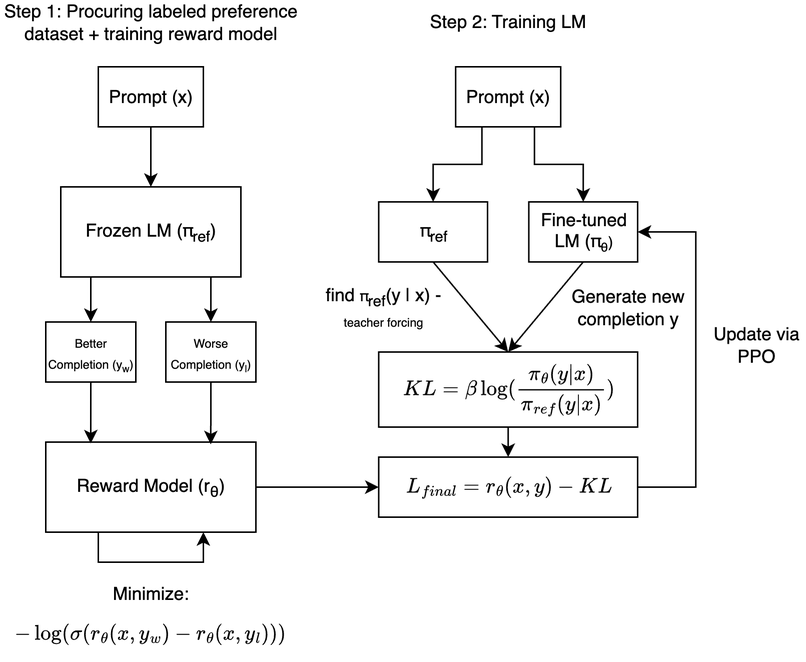
25benjaminli/ml-explanations keeps this draw.io diagram as media/rlhf_light.png. Above is the earlier version. Source tidied: cells renumbered, new cells last; positions are measured from the earlier drawing's top-left corner, leaving out a move shared by most shapes.
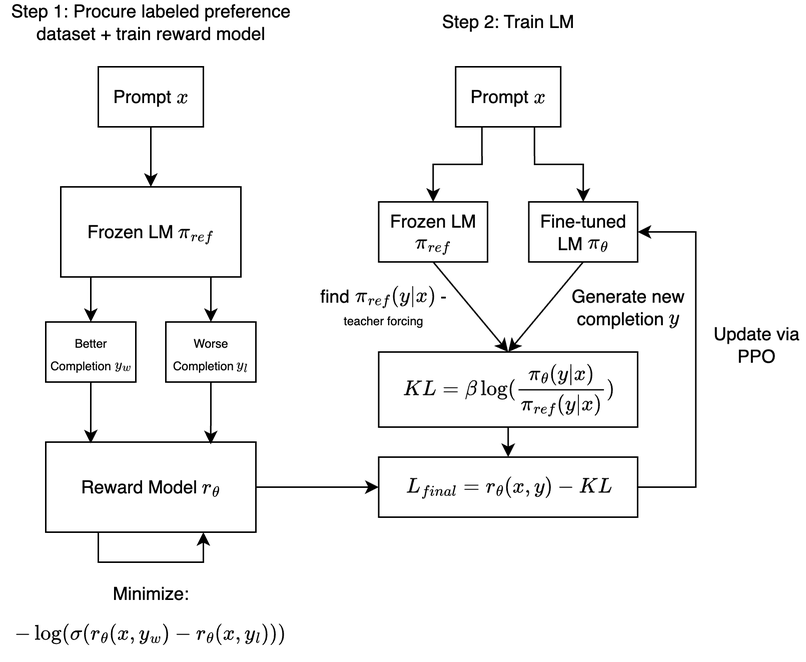
The same diagram one commit later.

Diff of the diagram source:
```diff
@@ -8,25 +8,25 @@
     <mxCell id="3" style="edgeStyle=orthogonalEdgeStyle;rounded=0;jettySize=auto;html=1;exitX=0.75;exitY=1;exitDx=0;exitDy=0;entryX=0.5;entryY=0;entryDx=0;entryDy=0;" parent="1" edge="1" source="4" target="8">
       <mxGeometry relative="1" as="geometry" />
     </mxCell>
-    <mxCell id="4" value="Frozen LM (π&lt;sub&gt;ref&lt;/sub&gt;)" style="rounded=0;whiteSpace=wrap;html=1;" parent="1" vertex="1">
+    <mxCell id="4" value="Frozen LM \(\pi_{ref}\)" style="rounded=0;whiteSpace=wrap;html=1;" parent="1" vertex="1">
       <mxGeometry x="40" y="120" width="120" height="60" as="geometry" />
     </mxCell>
     <mxCell id="5" style="edgeStyle=orthogonalEdgeStyle;rounded=0;jettySize=auto;html=1;exitX=0.5;exitY=1;exitDx=0;exitDy=0;" parent="1" edge="1" source="6" target="4">
       <mxGeometry relative="1" as="geometry" />
     </mxCell>
-    <mxCell id="6" value="Prompt (x)" style="rounded=0;whiteSpace=wrap;html=1;" parent="1" vertex="1">
+    <mxCell id="6" value="Prompt \(x\)" style="rounded=0;whiteSpace=wrap;html=1;" parent="1" vertex="1">
       <mxGeometry x="65" y="40" width="70" height="40" as="geometry" />
     </mxCell>
-    <mxCell id="7" value="&lt;font style=&quot;font-size: 8px;&quot;&gt;Better Completion (y&lt;sub&gt;w&lt;/sub&gt;)&lt;/font&gt;" style="rounded=0;whiteSpace=wrap;html=1;" parent="1" vertex="1">
+    <mxCell id="7" value="&lt;span style=&quot;font-size: 8px;&quot;&gt;Better Completion \(y_w\)&lt;/span&gt;" style="rounded=0;whiteSpace=wrap;html=1;" parent="1" vertex="1">
       <mxGeometry x="30" y="210" width="60" height="40" as="geometry" />
     </mxCell>
-    <mxCell id="8" value="&lt;font style=&quot;font-size: 8px;&quot;&gt;Worse Completion (y&lt;sub&gt;l&lt;/sub&gt;)&lt;/font&gt;" style="rounded=0;whiteSpace=wrap;html=1;" parent="1" vertex="1">
+    <mxCell id="8" value="&lt;span style=&quot;font-size: 8px;&quot;&gt;Worse Completion \(y_l\)&lt;/span&gt;" style="rounded=0;whiteSpace=wrap;html=1;" parent="1" vertex="1">
       <mxGeometry x="110" y="210" width="60" height="40" as="geometry" />
     </mxCell>
     <mxCell id="9" style="edgeStyle=orthogonalEdgeStyle;rounded=0;jettySize=auto;html=1;exitX=1;exitY=0.5;exitDx=0;exitDy=0;entryX=0;entryY=0.5;entryDx=0;entryDy=0;" parent="1" edge="1" source="10" target="25">
       <mxGeometry relative="1" as="geometry" />
     </mxCell>
-    <mxCell id="10" value="&lt;font&gt;Reward Model (&lt;/font&gt;&lt;span style=&quot;color: light-dark(rgb(0, 0, 0), rgb(255, 255, 255)); background-color: transparent;&quot;&gt;r&lt;/span&gt;&lt;span style=&quot;color: light-dark(rgb(0, 0, 0), rgb(255, 255, 255)); background-color: transparent;&quot;&gt;&lt;sub&gt;θ&lt;/sub&gt;)&lt;/span&gt;" style="rounded=0;whiteSpace=wrap;html=1;" parent="1" vertex="1">
+    <mxCell id="10" value="&lt;font&gt;Reward Model \(r_{\theta}\)&lt;/font&gt;" style="rounded=0;whiteSpace=wrap;html=1;" parent="1" vertex="1">
       <mxGeometry x="30" y="290" width="140" height="60" as="geometry" />
     </mxCell>
     <mxCell id="11" style="edgeStyle=orthogonalEdgeStyle;rounded=0;jettySize=auto;html=1;exitX=0.5;exitY=1;exitDx=0;exitDy=0;entryX=0.214;entryY=0.015;entryDx=0;entryDy=0;entryPerimeter=0;" parent="1" edge="1" source="7" target="10">
@@ -41,10 +41,10 @@
     <mxCell id="14" value="&lt;div&gt;&lt;font&gt;&lt;font style=&quot;&quot;&gt;Minimize: $$-\log(\sigma(r_{\theta}(x,y_w)-r_{\theta}(x,y_l)))$$&lt;/font&gt;&lt;/font&gt;&lt;/div&gt;" style="text;html=1;align=center;verticalAlign=middle;whiteSpace=wrap;rounded=0;" parent="1" vertex="1">
       <mxGeometry y="400" width="200" height="20" as="geometry" />
     </mxCell>
-    <mxCell id="15" value="&lt;div&gt;Step 1:&amp;nbsp;&lt;span style=&quot;background-color: transparent; color: light-dark(rgb(0, 0, 0), rgb(255, 255, 255));&quot;&gt;Procuring labeled preference dataset +&amp;nbsp;&lt;/span&gt;&lt;span style=&quot;background-color: transparent; color: light-dark(rgb(0, 0, 0), rgb(255, 255, 255));&quot;&gt;training reward model&lt;/span&gt;&lt;/div&gt;" style="text;html=1;align=center;verticalAlign=middle;whiteSpace=wrap;rounded=0;" parent="1" vertex="1">
+    <mxCell id="15" value="&lt;div&gt;Step 1:&amp;nbsp;&lt;span style=&quot;background-color: transparent; color: light-dark(rgb(0, 0, 0), rgb(255, 255, 255));&quot;&gt;Procure labeled preference dataset +&amp;nbsp;&lt;/span&gt;&lt;span style=&quot;background-color: transparent; color: light-dark(rgb(0, 0, 0), rgb(255, 255, 255));&quot;&gt;train reward model&lt;/span&gt;&lt;/div&gt;" style="text;html=1;align=center;verticalAlign=middle;whiteSpace=wrap;rounded=0;" parent="1" vertex="1">
       <mxGeometry width="200" height="20" as="geometry" />
     </mxCell>
-    <mxCell id="16" value="&lt;div&gt;Step 2: Training LM&lt;/div&gt;" style="text;html=1;align=center;verticalAlign=middle;whiteSpace=wrap;rounded=0;" parent="1" vertex="1">
+    <mxCell id="16" value="&lt;div&gt;Step 2: Train LM&lt;/div&gt;" style="text;html=1;align=center;verticalAlign=middle;whiteSpace=wrap;rounded=0;" parent="1" vertex="1">
       <mxGeometry x="238.1" width="200" height="20" as="geometry" />
     </mxCell>
     <mxCell id="17" style="edgeStyle=orthogonalEdgeStyle;rounded=0;jettySize=auto;html=1;exitX=0.25;exitY=1;exitDx=0;exitDy=0;entryX=0.5;entryY=0;entryDx=0;entryDy=0;" parent="1" edge="1" source="19" target="20">
@@ -53,13 +53,13 @@
     <mxCell id="18" style="edgeStyle=orthogonalEdgeStyle;rounded=0;jettySize=auto;html=1;exitX=0.75;exitY=1;exitDx=0;exitDy=0;entryX=0.5;entryY=0;entryDx=0;entryDy=0;" parent="1" edge="1" source="19" target="21">
       <mxGeometry relative="1" as="geometry" />
     </mxCell>
-    <mxCell id="19" value="Prompt (x)" style="rounded=0;whiteSpace=wrap;html=1;" parent="1" vertex="1">
+    <mxCell id="19" value="Prompt \(x\)" style="rounded=0;whiteSpace=wrap;html=1;" parent="1" vertex="1">
       <mxGeometry x="303.1" y="40" width="70" height="40" as="geometry" />
     </mxCell>
-    <mxCell id="20" value="π&lt;sub&gt;ref&lt;/sub&gt;" style="rounded=0;whiteSpace=wrap;html=1;" parent="1" vertex="1">
+    <mxCell id="20" value="Frozen LM \(\pi_{ref}\)" style="rounded=0;whiteSpace=wrap;html=1;" parent="1" vertex="1">
       <mxGeometry x="251.8" y="130" width="72.5" height="40" as="geometry" />
     </mxCell>
-    <mxCell id="21" value="Fine-tuned LM (π&lt;span style=&quot;font-size: 10px;&quot;&gt;&lt;sub&gt;θ&lt;/sub&gt;)&lt;/span&gt;" style="rounded=0;whiteSpace=wrap;html=1;" parent="1" vertex="1">
+    <mxCell id="21" value="Fine-tuned LM \(\pi_{\theta}\)" style="rounded=0;whiteSpace=wrap;html=1;" parent="1" vertex="1">
       <mxGeometry x="351.8" y="130" width="72.5" height="40" as="geometry" />
     </mxCell>
     <mxCell id="22" style="edgeStyle=orthogonalEdgeStyle;rounded=0;jettySize=auto;html=1;exitX=0.5;exitY=1;exitDx=0;exitDy=0;entryX=0.5;entryY=0;entryDx=0;entryDy=0;" parent="1" edge="1" source="23" target="25">
@@ -82,7 +82,7 @@
     <mxCell id="26" value="Update via PPO" style="text;html=1;align=center;verticalAlign=middle;whiteSpace=wrap;rounded=0;" parent="1" vertex="1">
       <mxGeometry x="470" y="210" width="66.9" height="30" as="geometry" />
     </mxCell>
-    <mxCell id="27" value="&lt;div&gt;Generate new completion y&lt;/div&gt;" style="text;html=1;align=center;verticalAlign=middle;whiteSpace=wrap;rounded=0;" parent="1" vertex="1">
+    <mxCell id="27" value="&lt;div&gt;Generate new completion \(y\)&lt;/div&gt;" style="text;html=1;align=center;verticalAlign=middle;whiteSpace=wrap;rounded=0;" parent="1" vertex="1">
       <mxGeometry x="373.1" y="190" width="90" height="20" as="geometry" />
     </mxCell>
     <mxCell id="28" style="endArrow=classic;html=1;rounded=0;exitX=0.5;exitY=1;exitDx=0;exitDy=0;entryX=0.5;entryY=0;entryDx=0;entryDy=0;" parent="1" edge="1" source="21" target="23">
@@ -91,7 +91,7 @@
     <mxCell id="29" style="endArrow=classic;html=1;rounded=0;exitX=0.5;exitY=1;exitDx=0;exitDy=0;entryX=0.5;entryY=0;entryDx=0;entryDy=0;" parent="1" edge="1" source="20" target="23">
       <mxGeometry relative="1" as="geometry" />
     </mxCell>
-    <mxCell id="30" value="find&amp;nbsp;&lt;span style=&quot;font-size: x-small;&quot;&gt;π&lt;/span&gt;&lt;sub&gt;ref&lt;/sub&gt;(y | x) - &lt;font style=&quot;font-size: 8px;&quot;&gt;teacher forcing&lt;/font&gt;" style="text;html=1;align=center;verticalAlign=middle;whiteSpace=wrap;rounded=0;" parent="1" vertex="1">
+    <mxCell id="30" value="find \(\pi_{ref}(y | x)\) - &lt;font style=&quot;font-size: 8px;&quot;&gt;teacher forcing&lt;/font&gt;" style="text;html=1;align=center;verticalAlign=middle;whiteSpace=wrap;rounded=0;" parent="1" vertex="1">
       <mxGeometry x="210" y="190" width="90" height="20" as="geometry" />
     </mxCell>
   </root>
```
